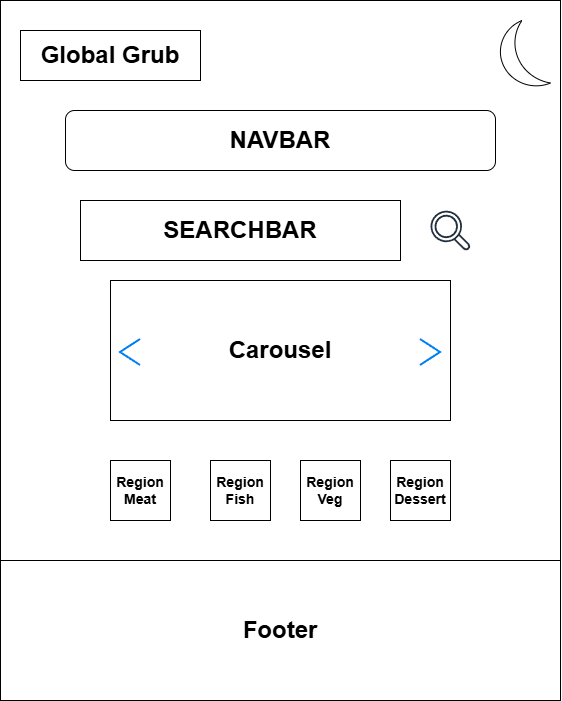
The draw.io diagram static/homepage.drawio.png in ColmN-Dev/GlobalGrub, before a commit. Source tidied: cells renumbered, new cells last; positions are measured from the earlier drawing's top-left corner, leaving out a move shared by most shapes.
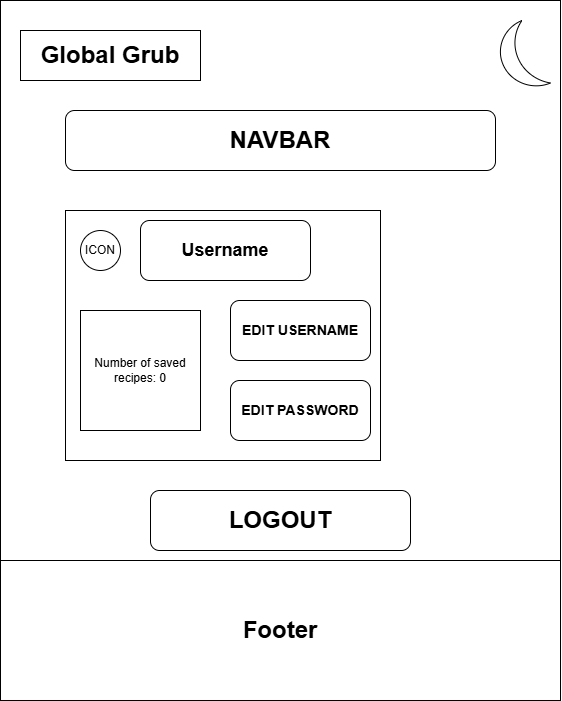
Above is the later version.

Commit message:
Add Profile page wireframe

What changed in the source:
```diff
@@ -17,32 +17,26 @@
     <mxCell id="6" value="&lt;h1&gt;Footer&lt;/h1&gt;" style="rounded=0;whiteSpace=wrap;html=1;" parent="1" vertex="1">
       <mxGeometry y="560" width="560" height="140" as="geometry" />
     </mxCell>
-    <mxCell id="7" value="&lt;h1&gt;SEARCHBAR&lt;/h1&gt;" style="rounded=0;whiteSpace=wrap;html=1;" parent="1" vertex="1">
-      <mxGeometry x="80" y="200" width="320" height="60" as="geometry" />
-    </mxCell>
-    <mxCell id="8" style="sketch=0;fontColor=#232F3E;gradientColor=none;fillColor=#232F3D;strokeColor=none;dashed=0;verticalLabelPosition=bottom;verticalAlign=top;align=center;html=1;fontSize=12;fontStyle=0;shape=mxgraph.aws4.magnifying_glass_2;" parent="1" vertex="1">
-      <mxGeometry x="430" y="210" width="40" height="40" as="geometry" />
-    </mxCell>
-    <mxCell id="9" value="&lt;h1&gt;Carousel&lt;/h1&gt;" style="rounded=0;whiteSpace=wrap;html=1;" parent="1" vertex="1">
-      <mxGeometry x="110" y="280" width="340" height="140" as="geometry" />
-    </mxCell>
-    <mxCell id="10" value="&lt;h3&gt;Region Meat&lt;/h3&gt;" style="rounded=0;whiteSpace=wrap;html=1;" parent="1" vertex="1">
-      <mxGeometry x="110" y="460" width="60" height="60" as="geometry" />
-    </mxCell>
-    <mxCell id="11" value="&lt;h3&gt;Region Fish&lt;/h3&gt;" style="rounded=0;whiteSpace=wrap;html=1;" parent="1" vertex="1">
-      <mxGeometry x="210" y="460" width="60" height="60" as="geometry" />
-    </mxCell>
-    <mxCell id="12" value="&lt;h3&gt;Region Veg&lt;/h3&gt;" style="rounded=0;whiteSpace=wrap;html=1;" parent="1" vertex="1">
-      <mxGeometry x="300" y="460" width="60" height="60" as="geometry" />
-    </mxCell>
-    <mxCell id="13" value="&lt;h3&gt;Region Dessert&lt;/h3&gt;" style="rounded=0;whiteSpace=wrap;html=1;" parent="1" vertex="1">
-      <mxGeometry x="390" y="460" width="60" height="60" as="geometry" />
-    </mxCell>
-    <mxCell id="14" style="html=1;verticalLabelPosition=bottom;labelBackgroundColor=#ffffff;verticalAlign=top;shadow=0;dashed=0;strokeWidth=2;shape=mxgraph.ios7.misc.left;strokeColor=#0080f0;" parent="1" vertex="1">
-      <mxGeometry x="120" y="339" width="20" height="26" as="geometry" />
-    </mxCell>
-    <mxCell id="15" style="html=1;verticalLabelPosition=bottom;labelBackgroundColor=#ffffff;verticalAlign=top;shadow=0;dashed=0;strokeWidth=2;shape=mxgraph.ios7.misc.left;strokeColor=#0080f0;direction=west;" parent="1" vertex="1">
-      <mxGeometry x="420" y="339" width="20" height="26" as="geometry" />
-    </mxCell>
+    <mxCell id="16" value="&lt;span style=&quot;color: rgba(0, 0, 0, 0); font-family: monospace; font-size: 0px; text-align: start; text-wrap-mode: nowrap;&quot;&gt;%3CmxGraphModel%3E%3Croot%3E%3CmxCell%20id%3D%220%22%2F%3E%3CmxCell%20id%3D%221%22%20parent%3D%220%22%2F%3E%3CmxCell%20id%3D%222%22%20parent%3D%221%22%20style%3D%22html%3D1%3BverticalLabelPosition%3Dbottom%3BlabelBackgroundColor%3D%23ffffff%3BverticalAlign%3Dtop%3Bshadow%3D0%3Bdashed%3D0%3BstrokeWidth%3D2%3Bshape%3Dmxgraph.ios7.misc.left%3BstrokeColor%3D%230080f0%3B%22%20value%3D%22%22%20vertex%3D%221%22%3E%3CmxGeometry%20height%3D%2226%22%20width%3D%2220%22%20x%3D%22290%22%20y%3D%22359%22%20as%3D%22geometry%22%2F%3E%3C%2FmxCell%3E%3C%2Froot%3E%3C%2FmxGraphModel%3E&lt;/span&gt;" style="rounded=0;whiteSpace=wrap;html=1;" parent="1" vertex="1">
+      <mxGeometry x="65" y="210" width="315" height="250" as="geometry" />
+    </mxCell>
+    <mxCell id="17" value="ICON" style="ellipse;whiteSpace=wrap;html=1;" parent="1" vertex="1">
+      <mxGeometry x="80" y="230" width="40" height="40" as="geometry" />
+    </mxCell>
+    <mxCell id="18" value="&lt;h2&gt;Username&lt;/h2&gt;" style="rounded=1;whiteSpace=wrap;html=1;" parent="1" vertex="1">
+      <mxGeometry x="140" y="220" width="170" height="60" as="geometry" />
+    </mxCell>
+    <mxCell id="19" value="Number of saved recipes: 0" style="whiteSpace=wrap;html=1;" parent="1" vertex="1">
+      <mxGeometry x="80" y="310" width="120" height="120" as="geometry" />
+    </mxCell>
+    <mxCell id="20" value="&lt;h1&gt;LOGOUT&lt;/h1&gt;" style="rounded=1;whiteSpace=wrap;html=1;" parent="1" vertex="1">
+      <mxGeometry x="150" y="490" width="260" height="60" as="geometry" />
+    </mxCell>
+    <mxCell id="21" value="&lt;h3&gt;EDIT USERNAME&lt;/h3&gt;" style="rounded=1;whiteSpace=wrap;html=1;" parent="1" vertex="1">
+      <mxGeometry x="230" y="300" width="140" height="60" as="geometry" />
+    </mxCell>
+    <mxCell id="22" value="&lt;h3&gt;EDIT PASSWORD&lt;/h3&gt;" style="rounded=1;whiteSpace=wrap;html=1;" parent="1" vertex="1">
+      <mxGeometry x="230" y="380" width="140" height="60" as="geometry" />
+    </mxCell>
   </root>
 </mxGraphModel>
```
